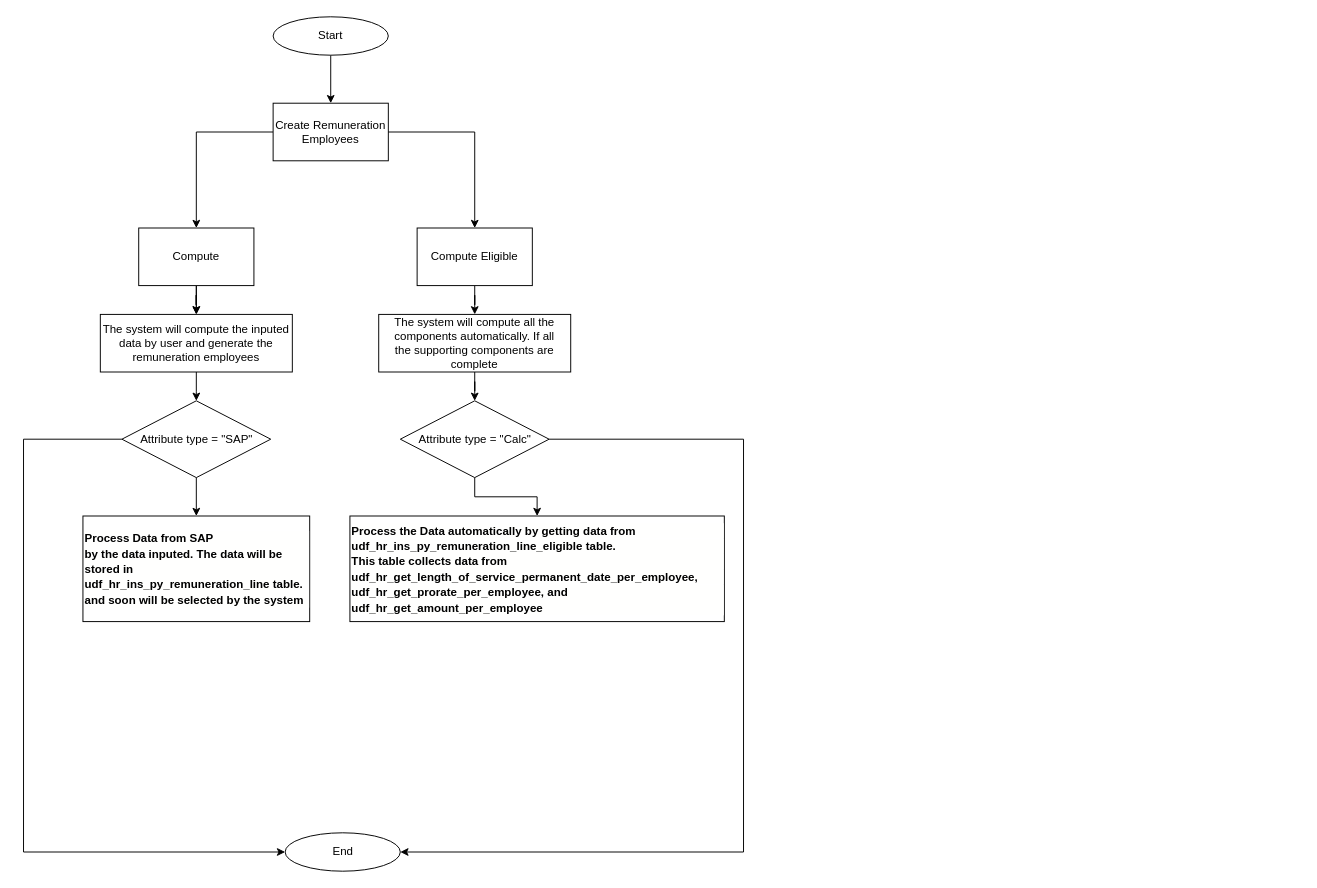
Before: Remuneration.drawio in jezreelkosasih/diagram, a draw.io diagram. Source tidied: cells renumbered, new cells numbered last; positions are measured from the earlier drawing's top-left corner, leaving out a move shared by most shapes. Both pictures are drawn from the tidied source at 96%, with x=0, y=0 at pixel (23, 16).
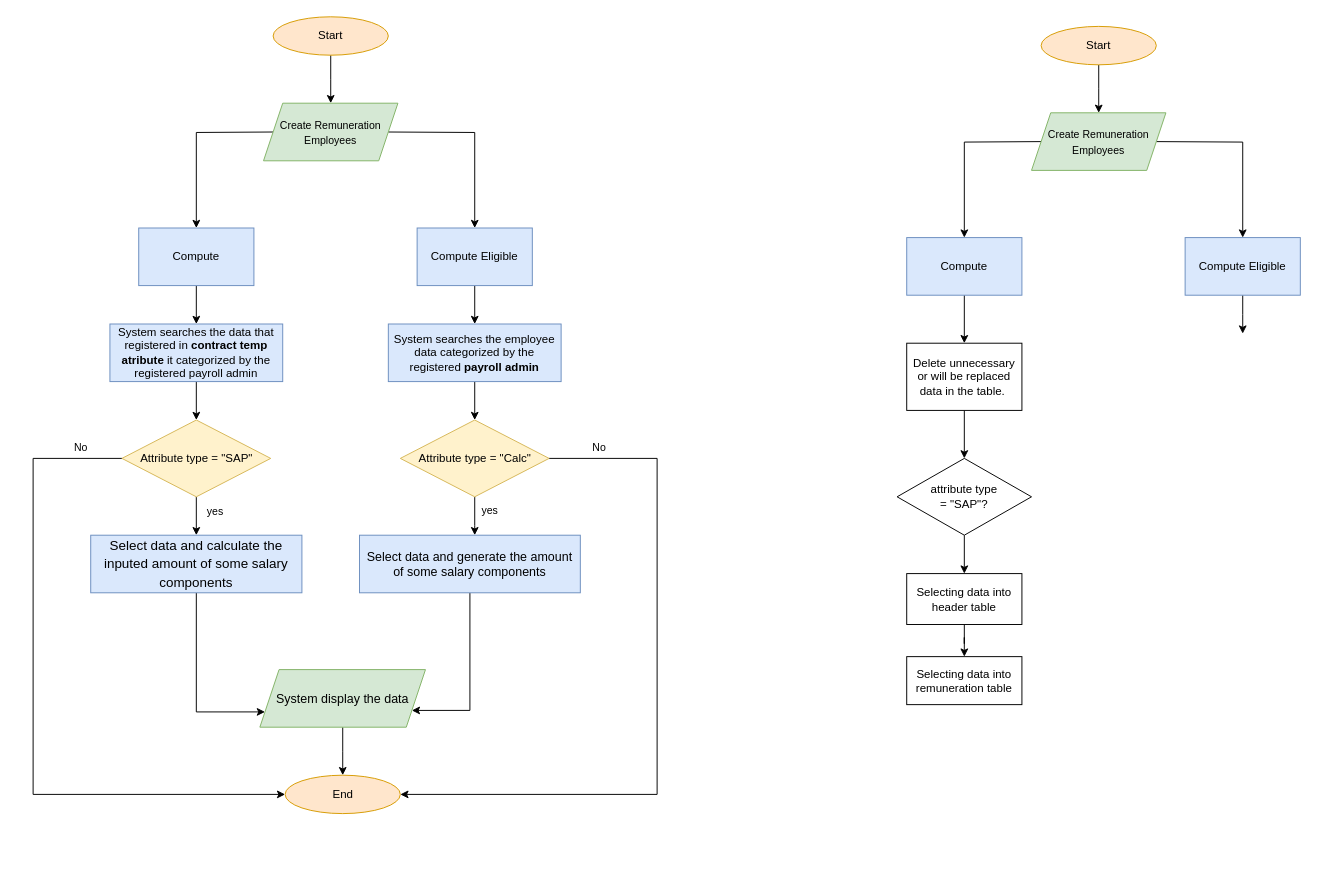
After the change.

Diff of the diagram source:
```diff
@@
-    <mxCell id="2" style="edgeStyle=orthogonalEdgeStyle;rounded=0;jettySize=auto;html=1;" parent="1" edge="1" source="3" target="5">
-      <mxGeometry relative="1" as="geometry" />
+    <mxCell id="2" style="edgeStyle=orthogonalEdgeStyle;rounded=0;jettySize=auto;html=1;" parent="1" edge="1" source="3">
+      <mxGeometry relative="1" as="geometry">
+        <mxPoint x="320" y="90" as="targetPoint" />
+      </mxGeometry>
     </mxCell>
-    <mxCell id="3" value="Start" style="ellipse;whiteSpace=wrap;html=1;" parent="1" vertex="1">
+    <mxCell id="3" value="Start" style="ellipse;whiteSpace=wrap;html=1;fillColor=#ffe6cc;strokeColor=#d79b00;" parent="1" vertex="1">
       <mxGeometry x="260" width="120" height="40" as="geometry" />
     </mxCell>
-    <mxCell id="4" style="edgeStyle=orthogonalEdgeStyle;rounded=0;jettySize=auto;html=1;" parent="1" edge="1" source="5" target="8">
-      <mxGeometry relative="1" as="geometry" />
+    <mxCell id="4" style="edgeStyle=orthogonalEdgeStyle;rounded=0;jettySize=auto;html=1;" parent="1" edge="1" target="8">
+      <mxGeometry relative="1" as="geometry">
+        <mxPoint x="260" y="120" as="sourcePoint" />
+      </mxGeometry>
     </mxCell>
-    <mxCell id="5" value="Create Remuneration Employees" style="rounded=0;whiteSpace=wrap;html=1;" parent="1" vertex="1">
-      <mxGeometry x="260" y="90" width="120" height="60" as="geometry" />
-    </mxCell>
-    <mxCell id="6" style="edgeStyle=orthogonalEdgeStyle;rounded=0;jettySize=auto;html=1;" parent="1" edge="1" source="8" target="13">
-      <mxGeometry relative="1" as="geometry" />
-    </mxCell>
-    <mxCell id="7" style="edgeStyle=orthogonalEdgeStyle;rounded=0;jettySize=auto;html=1;" parent="1" edge="1" source="8" target="13">
-      <mxGeometry relative="1" as="geometry" />
-    </mxCell>
+    <mxCell id="25" style="edgeStyle=orthogonalEdgeStyle;rounded=0;jettySize=auto;html=1;fontFamily=Helvetica;fontSize=11;fontColor=#000000;" parent="1" edge="1" source="8" target="34">
+      <mxGeometry relative="1" as="geometry" />
+    </mxCell>
-    <mxCell id="8" value="Compute" style="rounded=0;whiteSpace=wrap;html=1;" parent="1" vertex="1">
+    <mxCell id="8" value="Compute" style="rounded=0;whiteSpace=wrap;html=1;fillColor=#dae8fc;strokeColor=#6c8ebf;" parent="1" vertex="1">
       <mxGeometry x="120" y="220" width="120" height="60" as="geometry" />
     </mxCell>
-    <mxCell id="9" style="edgeStyle=orthogonalEdgeStyle;rounded=0;jettySize=auto;html=1;exitX=1;exitY=0.5;exitDx=0;exitDy=0;" parent="1" edge="1" source="5" target="11">
-      <mxGeometry relative="1" as="geometry" />
+    <mxCell id="9" style="edgeStyle=orthogonalEdgeStyle;rounded=0;jettySize=auto;html=1;exitX=1;exitY=0.5;exitDx=0;exitDy=0;" parent="1" edge="1" target="11">
+      <mxGeometry relative="1" as="geometry">
+        <mxPoint x="380" y="120" as="sourcePoint" />
+      </mxGeometry>
     </mxCell>
-    <mxCell id="10" style="edgeStyle=orthogonalEdgeStyle;rounded=0;jettySize=auto;html=1;" parent="1" edge="1" source="11" target="15">
+    <mxCell id="10" style="edgeStyle=orthogonalEdgeStyle;rounded=0;jettySize=auto;html=1;entryX=0.5;entryY=0;entryDx=0;entryDy=0;" parent="1" edge="1" source="11" target="36">
       <mxGeometry relative="1" as="geometry" />
     </mxCell>
-    <mxCell id="11" value="Compute Eligible" style="rounded=0;whiteSpace=wrap;html=1;" parent="1" vertex="1">
+    <mxCell id="11" value="Compute Eligible" style="rounded=0;whiteSpace=wrap;html=1;fillColor=#dae8fc;strokeColor=#6c8ebf;" parent="1" vertex="1">
       <mxGeometry x="410" y="220" width="120" height="60" as="geometry" />
     </mxCell>
-    <mxCell id="12" style="edgeStyle=orthogonalEdgeStyle;rounded=0;jettySize=auto;html=1;" parent="1" edge="1" source="13">
-      <mxGeometry relative="1" as="geometry">
-        <mxPoint x="180" y="400" as="targetPoint" />
-      </mxGeometry>
-    </mxCell>
-    <mxCell id="13" value="The system will compute the inputed data by user and generate the remuneration employees" style="rounded=0;whiteSpace=wrap;html=1;" parent="1" vertex="1">
-      <mxGeometry x="80" y="310" width="200" height="60" as="geometry" />
-    </mxCell>
-    <mxCell id="14" style="edgeStyle=orthogonalEdgeStyle;rounded=0;jettySize=auto;html=1;" parent="1" edge="1" source="15" target="21">
-      <mxGeometry relative="1" as="geometry" />
-    </mxCell>
-    <mxCell id="15" value="The system will compute all the components automatically. If all the&amp;nbsp;supporting components are complete" style="rounded=0;whiteSpace=wrap;html=1;" parent="1" vertex="1">
-      <mxGeometry x="370" y="310" width="200" height="60" as="geometry" />
-    </mxCell>
-    <mxCell id="16" style="edgeStyle=orthogonalEdgeStyle;rounded=0;jettySize=auto;html=1;" parent="1" edge="1" source="18" target="22">
+    <mxCell id="16" style="edgeStyle=orthogonalEdgeStyle;rounded=0;jettySize=auto;html=1;" parent="1" edge="1" source="18" target="27">
       <mxGeometry relative="1" as="geometry" />
     </mxCell>
     <mxCell id="17" style="edgeStyle=orthogonalEdgeStyle;rounded=0;jettySize=auto;html=1;entryX=0;entryY=0.5;entryDx=0;entryDy=0;fontFamily=Helvetica;" parent="1" edge="1" source="18" target="23">
       <mxGeometry relative="1" as="geometry">
         <Array as="points">
-          <mxPoint y="440" />
-          <mxPoint y="870" />
+          <mxPoint x="10" y="460" />
+          <mxPoint x="10" y="810" />
         </Array>
       </mxGeometry>
     </mxCell>
-    <mxCell id="18" value="Attribute type = &quot;SAP&quot;" style="rhombus;whiteSpace=wrap;html=1;" parent="1" vertex="1">
-      <mxGeometry x="102.5" y="400" width="155" height="80" as="geometry" />
+    <mxCell id="18" value="Attribute type = &quot;SAP&quot;" style="rhombus;whiteSpace=wrap;html=1;fillColor=#fff2cc;strokeColor=#d6b656;" parent="1" vertex="1">
+      <mxGeometry x="102.5" y="420" width="155" height="80" as="geometry" />
     </mxCell>
-    <mxCell id="19" style="edgeStyle=orthogonalEdgeStyle;rounded=0;jettySize=auto;html=1;fontFamily=Helvetica;" parent="1" edge="1" source="21" target="24">
-      <mxGeometry relative="1" as="geometry" />
+    <mxCell id="19" style="edgeStyle=orthogonalEdgeStyle;rounded=0;jettySize=auto;html=1;fontFamily=Helvetica;" parent="1" edge="1" source="21" target="29">
+      <mxGeometry relative="1" as="geometry">
+        <Array as="points">
+          <mxPoint x="470" y="530" />
+          <mxPoint x="470" y="530" />
+        </Array>
+      </mxGeometry>
     </mxCell>
     <mxCell id="20" style="edgeStyle=orthogonalEdgeStyle;rounded=0;jettySize=auto;html=1;entryX=1;entryY=0.5;entryDx=0;entryDy=0;fontFamily=Helvetica;" parent="1" edge="1" source="21" target="23">
       <mxGeometry relative="1" as="geometry">
         <Array as="points">
-          <mxPoint x="750" y="440" />
-          <mxPoint x="750" y="870" />
+          <mxPoint x="660" y="460" />
+          <mxPoint x="660" y="810" />
         </Array>
       </mxGeometry>
     </mxCell>
-    <mxCell id="21" value="Attribute type = &quot;Calc&quot;" style="rhombus;whiteSpace=wrap;html=1;" parent="1" vertex="1">
-      <mxGeometry x="392.5" y="400" width="155" height="80" as="geometry" />
+    <mxCell id="21" value="Attribute type = &quot;Calc&quot;" style="rhombus;whiteSpace=wrap;html=1;fillColor=#fff2cc;strokeColor=#d6b656;" parent="1" vertex="1">
+      <mxGeometry x="392.5" y="420" width="155" height="80" as="geometry" />
     </mxCell>
-    <mxCell id="22" value="&lt;div style=&quot;background-color: rgb(255, 255, 254); line-height: 16px;&quot;&gt;&lt;b style=&quot;&quot;&gt;Process Data from SAP&lt;/b&gt;&lt;/div&gt;&lt;div style=&quot;background-color: rgb(255, 255, 254); line-height: 16px;&quot;&gt;&lt;b style=&quot;&quot;&gt;by the data inputed. The data will be stored in udf_hr_ins_py_remuneration_line table. and soon will be selected by the system&lt;/b&gt;&lt;/div&gt;" style="whiteSpace=wrap;html=1;align=left;" parent="1" vertex="1">
-      <mxGeometry x="61.9" y="520" width="236.2" height="110" as="geometry" />
-    </mxCell>
-    <mxCell id="23" value="End" style="ellipse;whiteSpace=wrap;html=1;" parent="1" vertex="1">
-      <mxGeometry x="272.5" y="850" width="120" height="40" as="geometry" />
+    <mxCell id="23" value="End" style="ellipse;whiteSpace=wrap;html=1;fillColor=#ffe6cc;strokeColor=#d79b00;" parent="1" vertex="1">
+      <mxGeometry x="272.5" y="790" width="120" height="40" as="geometry" />
     </mxCell>
-    <mxCell id="24" value="&lt;div style=&quot;background-color: rgb(255, 255, 254); line-height: 16px;&quot;&gt;&lt;b&gt;Process the Data automatically by getting data from&amp;nbsp;&lt;/b&gt;&lt;/div&gt;&lt;div style=&quot;background-color: rgb(255, 255, 254); line-height: 16px;&quot;&gt;&lt;b&gt;udf_hr_ins_py_remuneration_line_eligible table.&amp;nbsp;&lt;/b&gt;&lt;/div&gt;&lt;div style=&quot;background-color: rgb(255, 255, 254); line-height: 16px;&quot;&gt;&lt;b&gt;This table collects data from&amp;nbsp;&lt;/b&gt;&lt;/div&gt;&lt;div style=&quot;background-color: rgb(255, 255, 254); line-height: 16px;&quot;&gt;&lt;b&gt;udf_hr_get_length_of_service_permanent_date_per_employee,&lt;/b&gt;&lt;/div&gt;&lt;div style=&quot;background-color: rgb(255, 255, 254); line-height: 16px;&quot;&gt;&lt;div style=&quot;line-height: 16px;&quot;&gt;&lt;b&gt;udf_hr_get_prorate_per_employee, and udf_hr_get_amount_per_employee&lt;/b&gt;&lt;/div&gt;&lt;/div&gt;" style="whiteSpace=wrap;html=1;align=left;rounded=0;labelBorderColor=none;" parent="1" vertex="1">
-      <mxGeometry x="340" y="520" width="390" height="110" as="geometry" />
-    </mxCell>
+    <mxCell id="26" style="edgeStyle=orthogonalEdgeStyle;rounded=0;jettySize=auto;html=1;fontFamily=Helvetica;fontSize=11;fontColor=#000000;entryX=0;entryY=0.75;entryDx=0;entryDy=0;" parent="1" edge="1" source="27" target="31">
+      <mxGeometry relative="1" as="geometry">
+        <Array as="points">
+          <mxPoint x="180" y="724" />
+        </Array>
+      </mxGeometry>
+    </mxCell>
+    <mxCell id="27" value="&lt;p style=&quot;font-size: 14px; line-height: 19px;&quot;&gt;Select data and calculate the inputed amount of some salary components&lt;/p&gt;" style="rounded=0;whiteSpace=wrap;html=1;fillColor=#dae8fc;strokeColor=#6c8ebf;" parent="1" vertex="1">
+      <mxGeometry x="70" y="540" width="220" height="60" as="geometry" />
+    </mxCell>
+    <mxCell id="28" style="edgeStyle=orthogonalEdgeStyle;rounded=0;jettySize=auto;html=1;entryX=1;entryY=0.75;entryDx=0;entryDy=0;fontFamily=Helvetica;fontSize=11;fontColor=#000000;" parent="1" edge="1" source="29" target="31">
+      <mxGeometry relative="1" as="geometry">
+        <Array as="points">
+          <mxPoint x="465" y="723" />
+        </Array>
+      </mxGeometry>
+    </mxCell>
+    <mxCell id="29" value="&lt;span style=&quot;font-size: 13px;&quot;&gt;Select data and generate the amount of some salary components&lt;/span&gt;" style="rounded=0;whiteSpace=wrap;html=1;fillColor=#dae8fc;strokeColor=#6c8ebf;" parent="1" vertex="1">
+      <mxGeometry x="350" y="540" width="230" height="60" as="geometry" />
+    </mxCell>
+    <mxCell id="30" style="edgeStyle=orthogonalEdgeStyle;rounded=0;jettySize=auto;html=1;fontFamily=Helvetica;fontSize=11;fontColor=#000000;" parent="1" edge="1" source="31" target="23">
+      <mxGeometry relative="1" as="geometry" />
+    </mxCell>
+    <mxCell id="31" value="System display the data" style="shape=parallelogram;perimeter=parallelogramPerimeter;whiteSpace=wrap;html=1;fixedSize=1;labelBackgroundColor=none;fontFamily=Helvetica;fontSize=13;fillColor=#d5e8d4;strokeColor=#82b366;" parent="1" vertex="1">
+      <mxGeometry x="246.2" y="680" width="172.5" height="60" as="geometry" />
+    </mxCell>
+    <mxCell id="32" value="&lt;font style=&quot;font-size: 11px;&quot;&gt;Create Remuneration Employees&lt;/font&gt;" style="shape=parallelogram;perimeter=parallelogramPerimeter;whiteSpace=wrap;html=1;fixedSize=1;labelBackgroundColor=none;fontFamily=Helvetica;fontSize=13;fillColor=#d5e8d4;strokeColor=#82b366;" parent="1" vertex="1">
+      <mxGeometry x="250" y="90" width="140" height="60" as="geometry" />
+    </mxCell>
+    <mxCell id="33" style="edgeStyle=orthogonalEdgeStyle;rounded=0;jettySize=auto;html=1;fontFamily=Helvetica;fontSize=11;fontColor=#000000;" parent="1" edge="1" source="34" target="18">
+      <mxGeometry relative="1" as="geometry" />
+    </mxCell>
+    <mxCell id="34" value="System searches the data that registered in &lt;b&gt;contract temp atribute &lt;/b&gt;it categorized by the registered payroll admin" style="rounded=0;whiteSpace=wrap;html=1;fillColor=#dae8fc;strokeColor=#6c8ebf;" parent="1" vertex="1">
+      <mxGeometry x="90" y="320" width="180" height="60" as="geometry" />
+    </mxCell>
+    <mxCell id="35" style="edgeStyle=orthogonalEdgeStyle;rounded=0;jettySize=auto;html=1;fontFamily=Helvetica;fontSize=11;fontColor=#000000;" parent="1" edge="1" source="36" target="21">
+      <mxGeometry relative="1" as="geometry" />
+    </mxCell>
+    <mxCell id="36" value="System searches the employee data&amp;nbsp;categorized by the registered &lt;b&gt;payroll admin&lt;/b&gt;" style="rounded=0;whiteSpace=wrap;html=1;fillColor=#dae8fc;strokeColor=#6c8ebf;" parent="1" vertex="1">
+      <mxGeometry x="380" y="320" width="180" height="60" as="geometry" />
+    </mxCell>
+    <mxCell id="37" value="&lt;br&gt;No" style="text;html=1;strokeColor=none;fillColor=none;align=center;verticalAlign=middle;whiteSpace=wrap;rounded=0;labelBackgroundColor=none;fontFamily=Helvetica;fontSize=11;fontColor=#000000;" parent="1" vertex="1">
+      <mxGeometry x="30" y="427" width="60" height="30" as="geometry" />
+    </mxCell>
+    <mxCell id="38" value="&lt;br&gt;No" style="text;html=1;strokeColor=none;fillColor=none;align=center;verticalAlign=middle;whiteSpace=wrap;rounded=0;labelBackgroundColor=none;fontFamily=Helvetica;fontSize=11;fontColor=#000000;" parent="1" vertex="1">
+      <mxGeometry x="570" y="427" width="60" height="30" as="geometry" />
+    </mxCell>
+    <mxCell id="39" value="yes" style="text;html=1;strokeColor=none;fillColor=none;align=center;verticalAlign=middle;whiteSpace=wrap;rounded=0;labelBackgroundColor=none;fontFamily=Helvetica;fontSize=11;fontColor=#000000;" parent="1" vertex="1">
+      <mxGeometry x="170" y="500" width="60" height="30" as="geometry" />
+    </mxCell>
+    <mxCell id="40" value="yes" style="text;html=1;strokeColor=none;fillColor=none;align=center;verticalAlign=middle;whiteSpace=wrap;rounded=0;labelBackgroundColor=none;fontFamily=Helvetica;fontSize=11;fontColor=#000000;" parent="1" vertex="1">
+      <mxGeometry x="456" y="499" width="60" height="30" as="geometry" />
+    </mxCell>
+    <mxCell id="41" style="edgeStyle=orthogonalEdgeStyle;rounded=0;jettySize=auto;html=1;" parent="1" edge="1" source="42">
+      <mxGeometry relative="1" as="geometry">
+        <mxPoint x="1120" y="100" as="targetPoint" />
+      </mxGeometry>
+    </mxCell>
+    <mxCell id="42" value="Start" style="ellipse;whiteSpace=wrap;html=1;fillColor=#ffe6cc;strokeColor=#d79b00;" parent="1" vertex="1">
+      <mxGeometry x="1060" y="10" width="120" height="40" as="geometry" />
+    </mxCell>
+    <mxCell id="43" style="edgeStyle=orthogonalEdgeStyle;rounded=0;jettySize=auto;html=1;" parent="1" edge="1" target="45">
+      <mxGeometry relative="1" as="geometry">
+        <mxPoint x="1060" y="130" as="sourcePoint" />
+      </mxGeometry>
+    </mxCell>
+    <mxCell id="44" style="edgeStyle=orthogonalEdgeStyle;rounded=0;jettySize=auto;html=1;fontFamily=Helvetica;fontSize=11;fontColor=#000000;" parent="1" edge="1" source="45" target="52">
+      <mxGeometry relative="1" as="geometry" />
+    </mxCell>
+    <mxCell id="45" value="Compute" style="rounded=0;whiteSpace=wrap;html=1;fillColor=#dae8fc;strokeColor=#6c8ebf;" parent="1" vertex="1">
+      <mxGeometry x="920" y="230" width="120" height="60" as="geometry" />
+    </mxCell>
+    <mxCell id="46" style="edgeStyle=orthogonalEdgeStyle;rounded=0;jettySize=auto;html=1;exitX=1;exitY=0.5;exitDx=0;exitDy=0;" parent="1" edge="1" target="48">
+      <mxGeometry relative="1" as="geometry">
+        <mxPoint x="1180" y="130" as="sourcePoint" />
+      </mxGeometry>
+    </mxCell>
+    <mxCell id="47" style="edgeStyle=orthogonalEdgeStyle;rounded=0;jettySize=auto;html=1;entryX=0.5;entryY=0;entryDx=0;entryDy=0;" parent="1" edge="1" source="48">
+      <mxGeometry relative="1" as="geometry">
+        <mxPoint x="1270" y="330" as="targetPoint" />
+      </mxGeometry>
+    </mxCell>
+    <mxCell id="48" value="Compute Eligible" style="rounded=0;whiteSpace=wrap;html=1;fillColor=#dae8fc;strokeColor=#6c8ebf;" parent="1" vertex="1">
+      <mxGeometry x="1210" y="230" width="120" height="60" as="geometry" />
+    </mxCell>
+    <mxCell id="49" style="edgeStyle=orthogonalEdgeStyle;rounded=0;orthogonalLoop=1;jettySize=auto;html=1;entryX=0;entryY=0.5;entryDx=0;entryDy=0;fontFamily=Helvetica;" parent="1" edge="1">
+      <mxGeometry relative="1" as="geometry">
+        <mxPoint x="902.5" y="470" as="sourcePoint" />
+        <Array as="points">
+          <mxPoint x="810" y="470" />
+          <mxPoint x="810" y="820" />
+        </Array>
+      </mxGeometry>
+    </mxCell>
+    <mxCell id="50" value="&lt;font style=&quot;font-size: 11px;&quot;&gt;Create Remuneration Employees&lt;/font&gt;" style="shape=parallelogram;perimeter=parallelogramPerimeter;whiteSpace=wrap;html=1;fixedSize=1;labelBackgroundColor=none;fontFamily=Helvetica;fontSize=13;fillColor=#d5e8d4;strokeColor=#82b366;" parent="1" vertex="1">
+      <mxGeometry x="1050" y="100" width="140" height="60" as="geometry" />
+    </mxCell>
+    <mxCell id="51" style="edgeStyle=orthogonalEdgeStyle;rounded=0;jettySize=auto;html=1;fontFamily=Helvetica;fontSize=11;fontColor=#000000;entryX=0.5;entryY=0;entryDx=0;entryDy=0;" parent="1" edge="1" source="52" target="57">
+      <mxGeometry relative="1" as="geometry" />
+    </mxCell>
+    <mxCell id="52" value="&lt;font style=&quot;font-size: 12px;&quot;&gt;Delete unnecessary or will be replaced data in the table.&amp;nbsp;&lt;/font&gt;" style="rounded=0;whiteSpace=wrap;html=1;labelBackgroundColor=none;fontFamily=Helvetica;fontSize=11;fontColor=#000000;" parent="1" vertex="1">
+      <mxGeometry x="920" y="340" width="120" height="70" as="geometry" />
+    </mxCell>
+    <mxCell id="53" style="edgeStyle=orthogonalEdgeStyle;rounded=0;jettySize=auto;html=1;fontFamily=Helvetica;fontSize=11;fontColor=#000000;" parent="1" edge="1" source="54" target="55">
+      <mxGeometry relative="1" as="geometry" />
+    </mxCell>
+    <mxCell id="54" value="&lt;font style=&quot;font-size: 12px;&quot;&gt;Selecting data into header table&lt;/font&gt;" style="rounded=0;whiteSpace=wrap;html=1;labelBackgroundColor=none;fontFamily=Helvetica;fontSize=11;fontColor=#000000;" parent="1" vertex="1">
+      <mxGeometry x="920" y="580" width="120" height="53" as="geometry" />
+    </mxCell>
+    <mxCell id="55" value="&lt;font style=&quot;font-size: 12px;&quot;&gt;Selecting data into &lt;br&gt;remuneration table&lt;/font&gt;" style="rounded=0;whiteSpace=wrap;html=1;labelBackgroundColor=none;fontFamily=Helvetica;fontSize=11;fontColor=#000000;" parent="1" vertex="1">
+      <mxGeometry x="920" y="666.5" width="120" height="50" as="geometry" />
+    </mxCell>
+    <mxCell id="56" style="edgeStyle=orthogonalEdgeStyle;rounded=0;jettySize=auto;html=1;entryX=0.5;entryY=0;entryDx=0;entryDy=0;fontFamily=Helvetica;fontSize=12;fontColor=#000000;" parent="1" edge="1" source="57" target="54">
+      <mxGeometry relative="1" as="geometry" />
+    </mxCell>
+    <mxCell id="57" value="attribute type &lt;br&gt;= &quot;SAP&quot;?" style="rhombus;whiteSpace=wrap;html=1;labelBackgroundColor=none;fontFamily=Helvetica;fontSize=12;fontColor=#000000;" parent="1" vertex="1">
+      <mxGeometry x="910" y="460" width="140" height="80" as="geometry" />
+    </mxCell>
```
